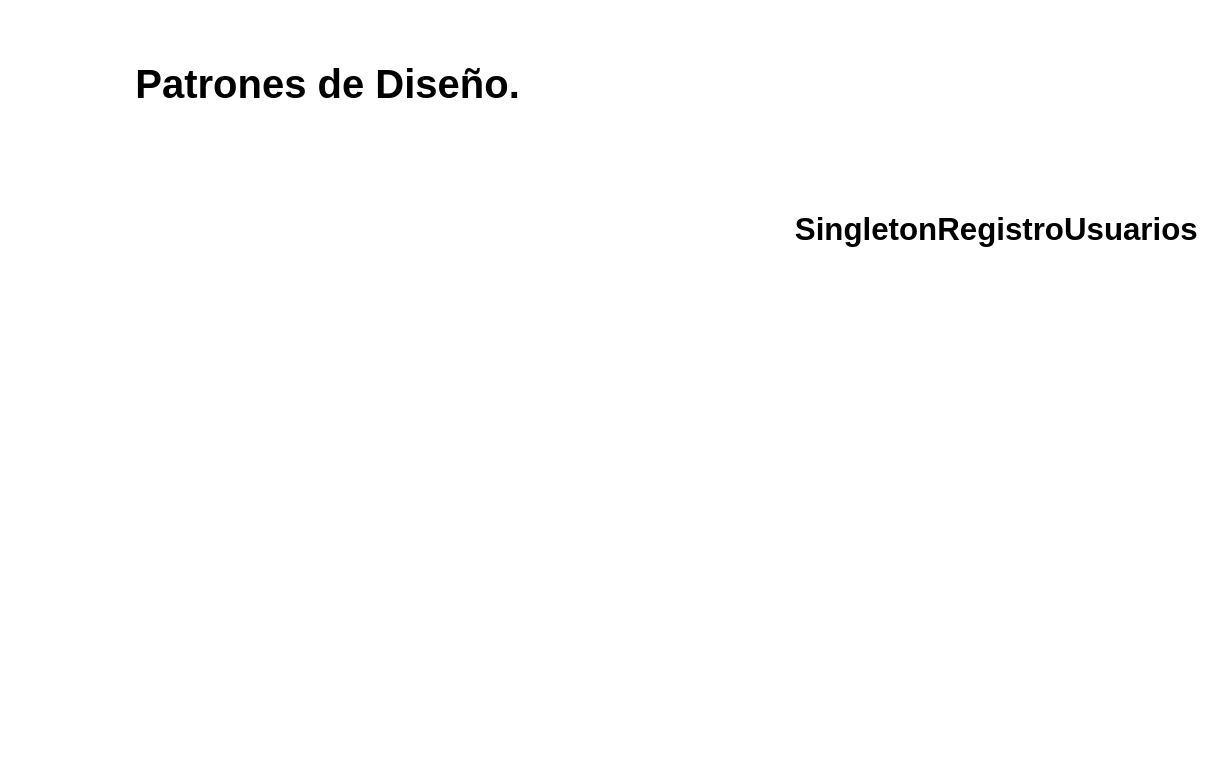
Earlier version of the draw.io diagram Diagrama sin título.drawio (Mariayey12/Patrone-Di). Source tidied: cells renumbered, new cells numbered last; positions are measured from the earlier drawing's top-left corner, leaving out a move shared by most shapes. Both pictures are drawn from the tidied source at 125%, with x=0, y=0 at pixel (121, 21).
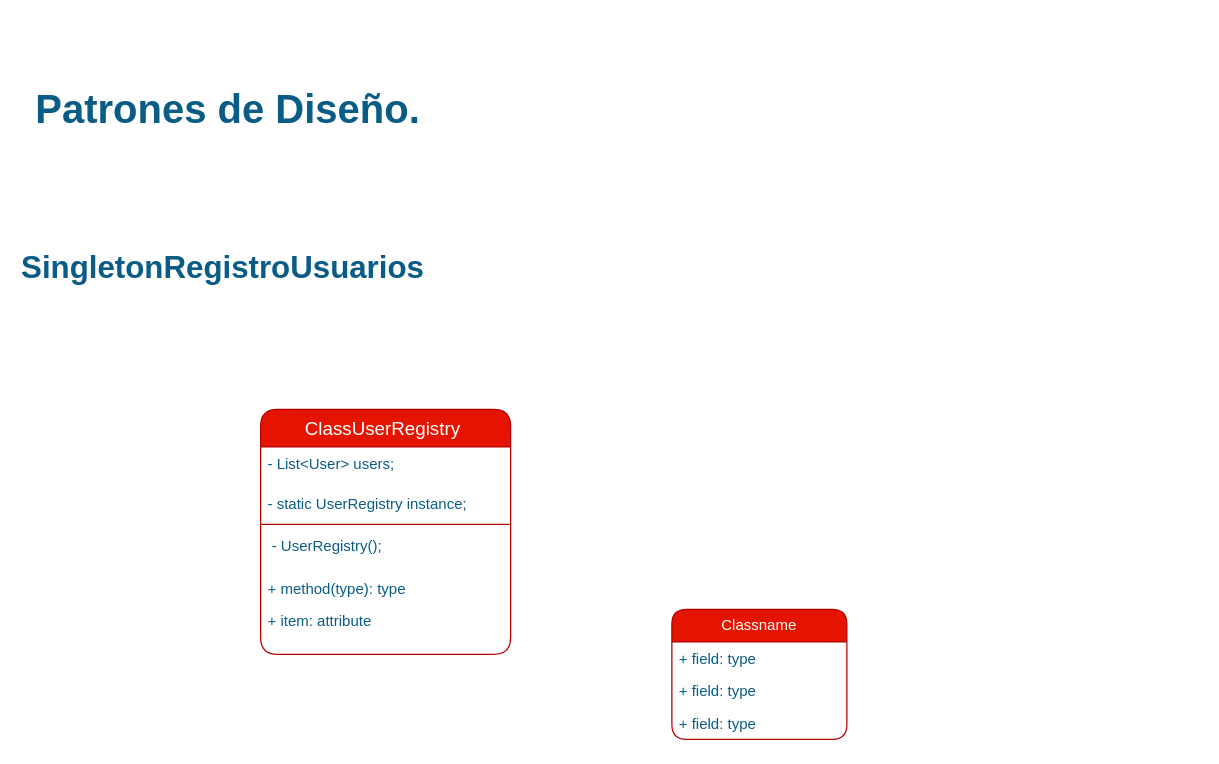
After the change.

Change to the diagram source:
```diff
@@
-<mxGraphModel>
+<mxGraphModel background="#ffffff">
   <root>
     <mxCell id="0" />
     <mxCell id="1" parent="0" />
-    <mxCell id="2" value="&lt;b&gt;&lt;font style=&quot;font-size: 32px;&quot;&gt;Patrones de Diseño.&lt;/font&gt;&lt;/b&gt;" style="text;html=1;strokeColor=none;fillColor=none;align=center;verticalAlign=middle;whiteSpace=wrap;rounded=0;" parent="1" vertex="1">
-      <mxGeometry width="330" height="100" as="geometry" />
+    <mxCell id="2" value="&lt;b&gt;&lt;font style=&quot;font-size: 32px;&quot;&gt;Patrones de Diseño.&lt;/font&gt;&lt;/b&gt;" style="text;html=1;strokeColor=none;fillColor=none;align=center;verticalAlign=middle;whiteSpace=wrap;rounded=1;labelBackgroundColor=none;fontColor=#095C86;" parent="1" vertex="1">
+      <mxGeometry x="-80" y="20" width="330" height="100" as="geometry" />
     </mxCell>
-    <mxCell id="3" value="&lt;b&gt;&lt;font style=&quot;font-size: 25px;&quot;&gt;SingletonRegistroUsuarios&lt;/font&gt;&lt;/b&gt;" style="text;html=1;strokeColor=none;fillColor=none;align=center;verticalAlign=middle;whiteSpace=wrap;rounded=0;" parent="1" vertex="1">
-      <mxGeometry x="670" y="150" width="60" height="30" as="geometry" />
+    <mxCell id="3" value="&lt;b&gt;&lt;font style=&quot;font-size: 25px;&quot;&gt;SingletonRegistroUsuarios&lt;/font&gt;&lt;/b&gt;" style="text;html=1;strokeColor=none;fillColor=none;align=center;verticalAlign=middle;whiteSpace=wrap;rounded=1;labelBackgroundColor=none;fontColor=#095C86;" parent="1" vertex="1">
+      <mxGeometry x="51" y="180" width="60" height="30" as="geometry" />
     </mxCell>
+    <mxCell id="4" value="&lt;font style=&quot;font-size: 15px;&quot;&gt;ClassUserRegistry&amp;nbsp;&lt;/font&gt;" style="swimlane;fontStyle=0;horizontal=1;startSize=30;fillColor=#e51400;whiteSpace=wrap;html=1;labelBackgroundColor=none;strokeColor=#B20000;rounded=1;labelBorderColor=none;fontColor=#ffffff;" parent="1" vertex="1">
+      <mxGeometry x="111" y="310" width="200" height="196" as="geometry" />
+    </mxCell>
+    <mxCell id="5" value="- List&amp;lt;User&amp;gt; users;" style="text;strokeColor=none;fillColor=none;align=left;verticalAlign=top;spacingLeft=4;spacingRight=4;overflow=hidden;whiteSpace=wrap;html=1;labelBackgroundColor=none;fontColor=#095C86;rounded=1;" parent="4" vertex="1">
+      <mxGeometry y="30" width="200" height="32" as="geometry" />
+    </mxCell>
+    <mxCell id="6" value="- static UserRegistry instance;" style="text;strokeColor=none;fillColor=none;align=left;verticalAlign=top;spacingLeft=4;spacingRight=4;overflow=hidden;whiteSpace=wrap;html=1;labelBackgroundColor=none;fontColor=#095C86;rounded=1;" parent="4" vertex="1">
+      <mxGeometry y="62" width="200" height="26" as="geometry" />
+    </mxCell>
+    <mxCell id="7" style="line;strokeWidth=1;fillColor=none;align=left;verticalAlign=middle;spacingTop=-1;spacingLeft=3;spacingRight=3;labelPosition=right;strokeColor=inherit;fontColor=#095C86;" parent="4" vertex="1">
+      <mxGeometry y="88" width="200" height="8" as="geometry" />
+    </mxCell>
+    <mxCell id="8" value="&amp;nbsp;- UserRegistry();&amp;nbsp;" style="text;strokeColor=none;fillColor=none;align=left;verticalAlign=top;spacingLeft=4;spacingRight=4;overflow=hidden;whiteSpace=wrap;html=1;labelBackgroundColor=none;fontColor=#095C86;rounded=1;" parent="4" vertex="1">
+      <mxGeometry y="96" width="200" height="34" as="geometry" />
+    </mxCell>
+    <mxCell id="9" value="+ method(type): type" style="text;strokeColor=none;fillColor=none;align=left;verticalAlign=top;spacingLeft=4;spacingRight=4;overflow=hidden;whiteSpace=wrap;html=1;fontColor=#095C86;" parent="4" vertex="1">
+      <mxGeometry y="130" width="200" height="26" as="geometry" />
+    </mxCell>
+    <mxCell id="10" value="+ item: attribute" style="text;strokeColor=none;fillColor=none;align=left;verticalAlign=top;spacingLeft=4;spacingRight=4;overflow=hidden;whiteSpace=wrap;html=1;fontColor=#095C86;" parent="4" vertex="1">
+      <mxGeometry y="156" width="200" height="40" as="geometry" />
+    </mxCell>
+    <mxCell id="11" value="Classname" style="swimlane;fontStyle=0;horizontal=1;startSize=26;fillColor=#e51400;whiteSpace=wrap;html=1;labelBackgroundColor=none;strokeColor=#B20000;fontColor=#ffffff;rounded=1;" parent="1" vertex="1">
+      <mxGeometry x="440" y="470" width="140" height="104" as="geometry" />
+    </mxCell>
+    <mxCell id="12" value="+ field: type" style="text;strokeColor=none;fillColor=none;align=left;verticalAlign=top;spacingLeft=4;spacingRight=4;overflow=hidden;whiteSpace=wrap;html=1;labelBackgroundColor=none;fontColor=#095C86;rounded=1;" parent="11" vertex="1">
+      <mxGeometry y="26" width="140" height="26" as="geometry" />
+    </mxCell>
+    <mxCell id="13" value="+ field: type" style="text;strokeColor=none;fillColor=none;align=left;verticalAlign=top;spacingLeft=4;spacingRight=4;overflow=hidden;whiteSpace=wrap;html=1;labelBackgroundColor=none;fontColor=#095C86;rounded=1;" parent="11" vertex="1">
+      <mxGeometry y="52" width="140" height="26" as="geometry" />
+    </mxCell>
+    <mxCell id="14" value="+ field: type" style="text;strokeColor=none;fillColor=none;align=left;verticalAlign=top;spacingLeft=4;spacingRight=4;overflow=hidden;whiteSpace=wrap;html=1;labelBackgroundColor=none;fontColor=#095C86;rounded=1;" parent="11" vertex="1">
+      <mxGeometry y="78" width="140" height="26" as="geometry" />
+    </mxCell>
   </root>
 </mxGraphModel>
```
